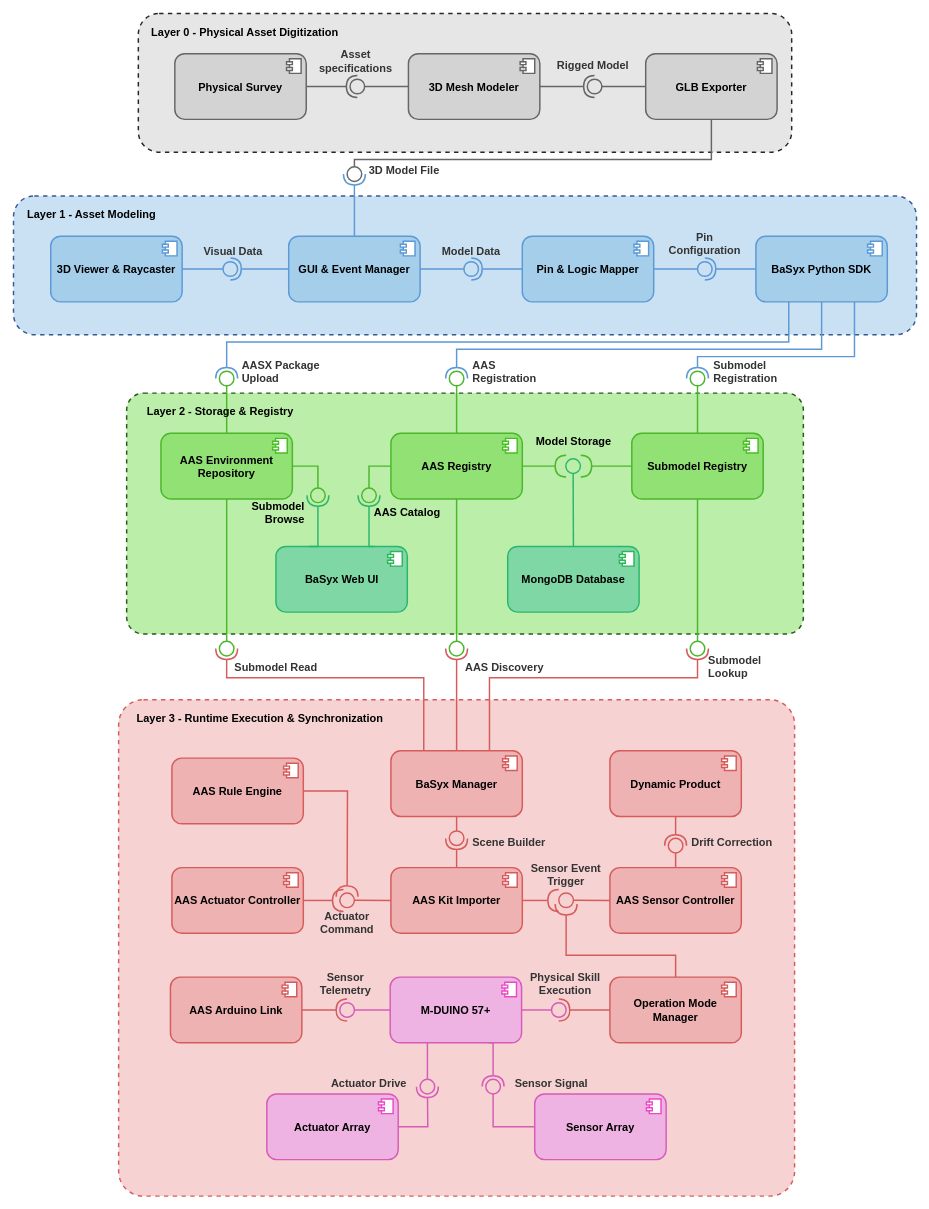
Above: Documentos Atualizado/5-Figures/Implementação.drawio in TSGouveia/Tese (draw.io), before the change. Source tidied: cells renumbered, new cells numbered last; positions are measured from the earlier drawing's top-left corner, leaving out a move shared by most shapes. Both pictures are drawn from the tidied source at 73%, with x=0, y=0 at pixel (13, 13).
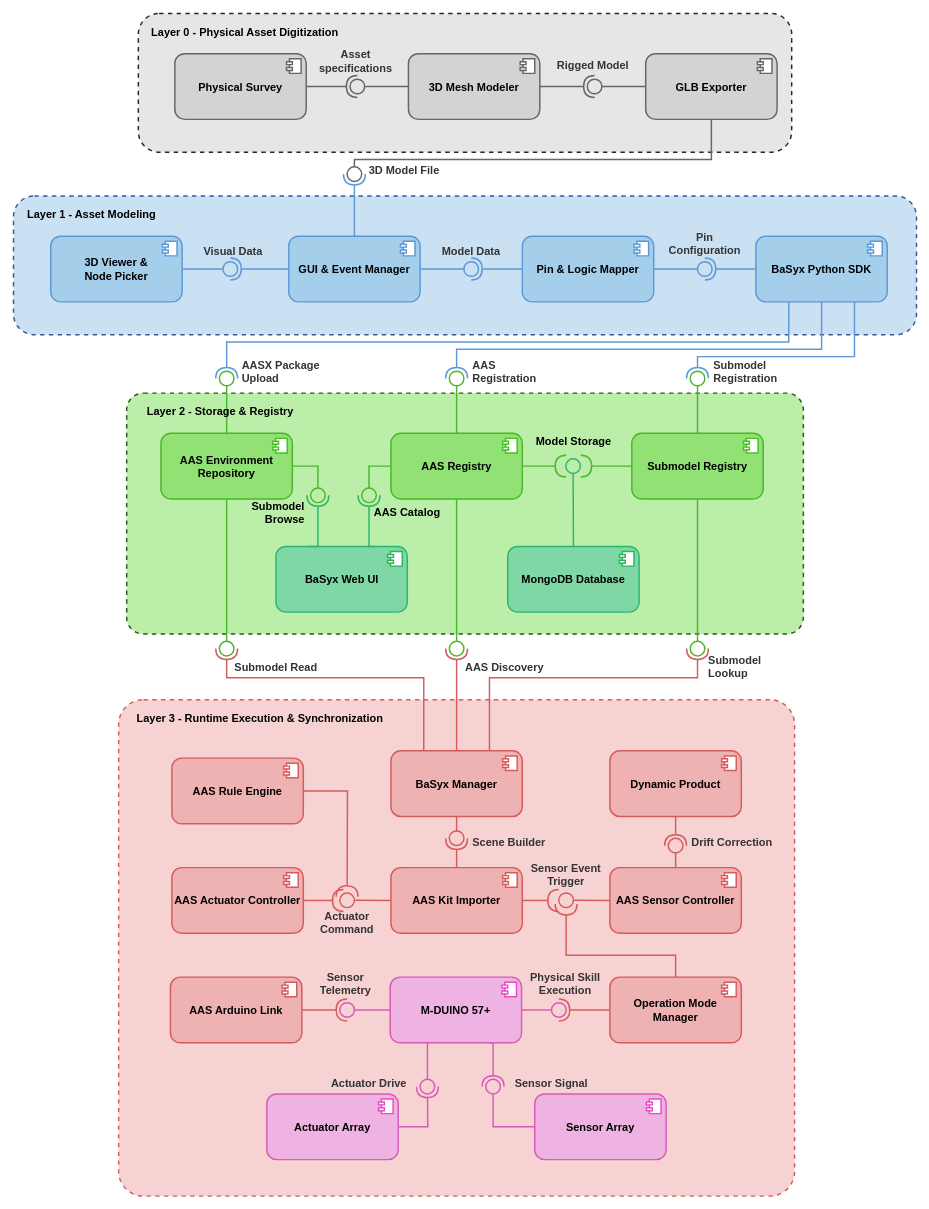
The same diagram, later.

The edit, as a diff of the source:
```diff
@@
-    <mxCell id="4" value="3D Viewer &amp;amp; Raycaster" style="html=1;whiteSpace=wrap;rounded=1;fontSize=15;fontFamily=Helvetica;fillColor=#A5CEEB;strokeColor=#5C99D6;strokeWidth=2;fontStyle=1;" parent="1" vertex="1">
+    <mxCell id="4" value="3D Viewer &amp;amp;&lt;br&gt;Node Picker" style="html=1;whiteSpace=wrap;rounded=1;fontSize=15;fontFamily=Helvetica;fillColor=#A5CEEB;strokeColor=#5C99D6;strokeWidth=2;fontStyle=1;" parent="1" vertex="1">
       <mxGeometry x="51" y="305" width="180" height="90" as="geometry" />
     </mxCell>
```
